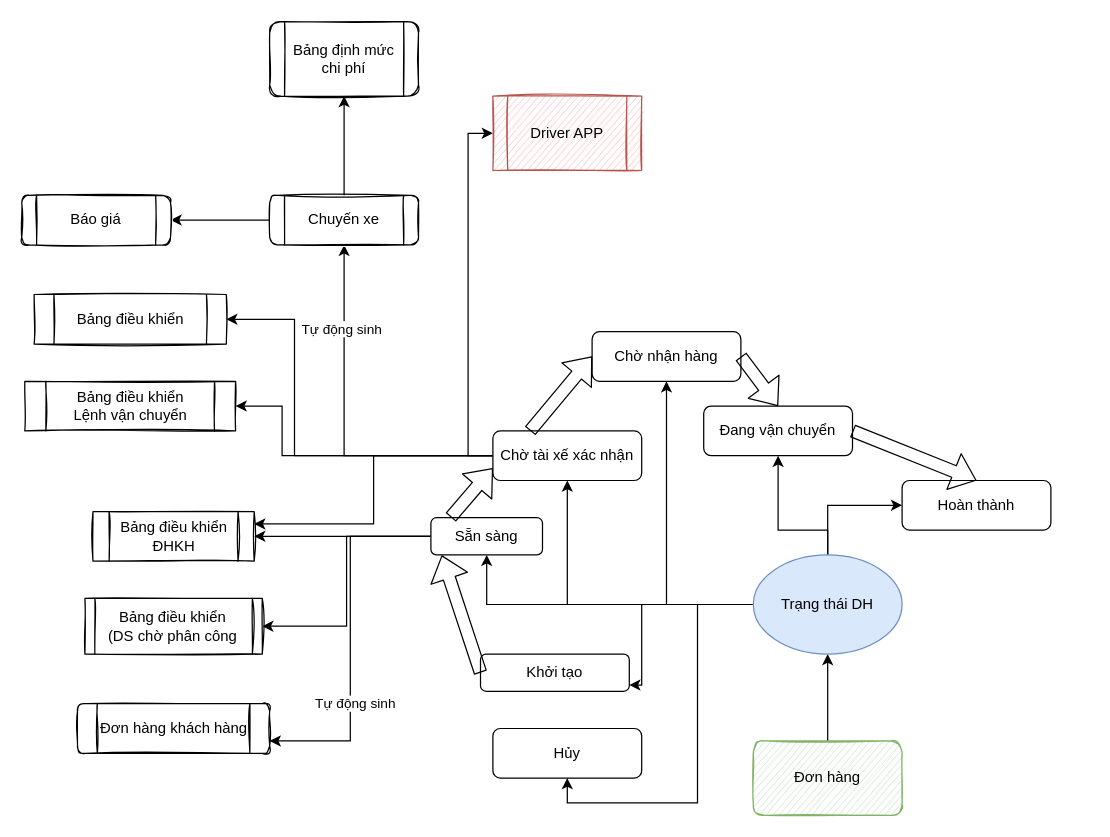
Earlier version of the draw.io diagram page "Page-2" (2 of 2) of Untitled Diagram.drawio (VanAnhTo/Blog). Source tidied: cells renumbered, new cells numbered last; positions are measured from the earlier drawing's top-left corner, leaving out a move shared by most shapes. Both pictures are drawn from the tidied source at 124%, with x=0, y=0 at pixel (21, 21).
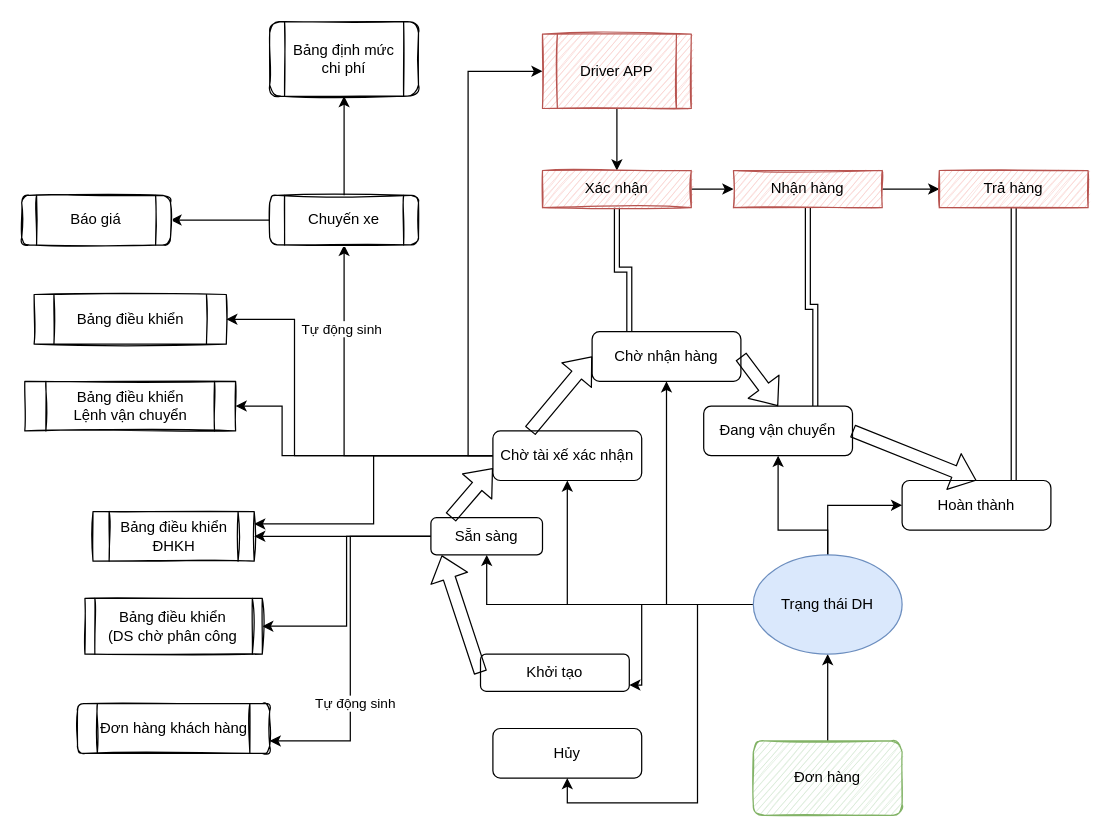
The same page after the edit.

The change refers to these unchanged cells:
```xml
<mxCell id="25" value="Chờ nhận hàng" style="whiteSpace=wrap;html=1;rounded=1;" parent="1" vertex="1">
  <mxGeometry x="460" y="250" width="120" height="40" as="geometry" />
</mxCell>
<mxCell id="26" value="Đang vận chuyển" style="whiteSpace=wrap;html=1;rounded=1;" parent="1" vertex="1">
  <mxGeometry x="550" y="310" width="120" height="40" as="geometry" />
</mxCell>
<mxCell id="27" value="Hoàn thành" style="whiteSpace=wrap;html=1;rounded=1;" parent="1" vertex="1">
  <mxGeometry x="710" y="370" width="120" height="40" as="geometry" />
</mxCell>
```

Diff of the diagram source:
```diff
@@
+    <mxCell id="45" style="edgeStyle=orthogonalEdgeStyle;rounded=0;jettySize=auto;html=1;" parent="1" edge="1" source="43" target="48">
+      <mxGeometry relative="1" as="geometry" />
+    </mxCell>
     <mxCell id="43" value="Driver APP" style="shape=process;whiteSpace=wrap;html=1;backgroundOutline=1;shadow=0;glass=0;sketch=1;fillColor=#f8cecc;strokeColor=#b85450;rounded=0;" parent="1" vertex="1">
-      <mxGeometry x="380" y="60" width="120" height="60" as="geometry" />
+      <mxGeometry x="420" y="10" width="120" height="60" as="geometry" />
     </mxCell>
@@
+    <mxCell id="46" style="edgeStyle=orthogonalEdgeStyle;rounded=0;jettySize=auto;html=1;entryX=0.25;entryY=0;entryDx=0;entryDy=0;shape=link;" parent="1" edge="1" source="48" target="25">
+      <mxGeometry relative="1" as="geometry" />
+    </mxCell>
+    <mxCell id="47" style="edgeStyle=orthogonalEdgeStyle;rounded=0;jettySize=auto;html=1;" parent="1" edge="1" source="48" target="51">
+      <mxGeometry relative="1" as="geometry" />
+    </mxCell>
+    <mxCell id="48" value="Xác nhận" style="whiteSpace=wrap;html=1;rounded=0;shadow=0;strokeColor=#b85450;fillColor=#f8cecc;glass=0;sketch=1;" parent="1" vertex="1">
+      <mxGeometry x="420" y="120" width="120" height="30" as="geometry" />
+    </mxCell>
+    <mxCell id="49" style="edgeStyle=orthogonalEdgeStyle;rounded=0;jettySize=auto;html=1;entryX=0.75;entryY=0;entryDx=0;entryDy=0;shape=link;" parent="1" edge="1" source="51" target="26">
+      <mxGeometry relative="1" as="geometry" />
+    </mxCell>
+    <mxCell id="50" style="edgeStyle=orthogonalEdgeStyle;rounded=0;jettySize=auto;html=1;" parent="1" edge="1" source="51" target="53">
+      <mxGeometry relative="1" as="geometry" />
+    </mxCell>
+    <mxCell id="51" value="Nhận hàng" style="whiteSpace=wrap;html=1;rounded=0;shadow=0;strokeColor=#b85450;fillColor=#f8cecc;glass=0;sketch=1;" parent="1" vertex="1">
+      <mxGeometry x="574" y="120" width="120" height="30" as="geometry" />
+    </mxCell>
+    <mxCell id="52" style="edgeStyle=orthogonalEdgeStyle;rounded=0;jettySize=auto;html=1;entryX=0.75;entryY=0;entryDx=0;entryDy=0;shape=link;" parent="1" edge="1" source="53" target="27">
+      <mxGeometry relative="1" as="geometry" />
+    </mxCell>
+    <mxCell id="53" value="Trả hàng" style="whiteSpace=wrap;html=1;rounded=0;shadow=0;strokeColor=#b85450;fillColor=#f8cecc;glass=0;sketch=1;" parent="1" vertex="1">
+      <mxGeometry x="740" y="120" width="120" height="30" as="geometry" />
+    </mxCell>
```
